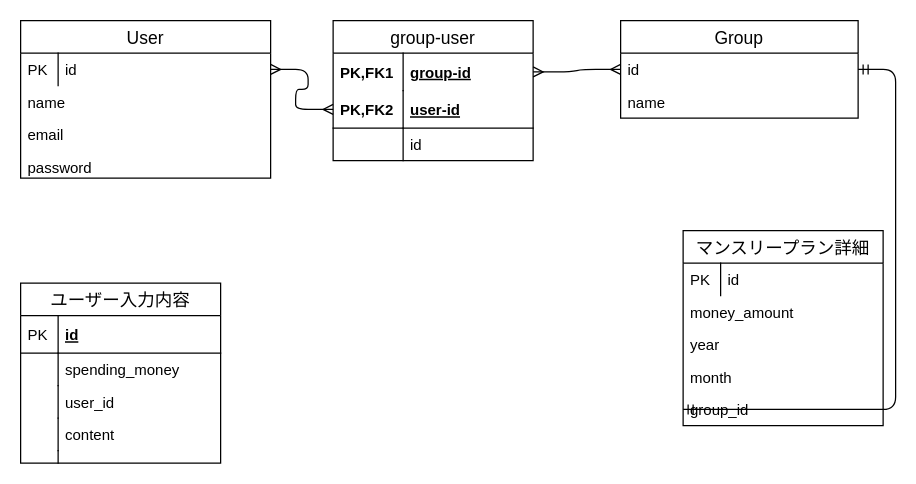
y-ohara8814/money_counter keeps this draw.io diagram as database.drawio. Above is the earlier version. Source tidied: cells renumbered, new cells numbered last; positions are measured from the earlier drawing's top-left corner, leaving out a move shared by most shapes. Both pictures are drawn from the tidied source at 125%, with x=0, y=0 at pixel (20, 20).
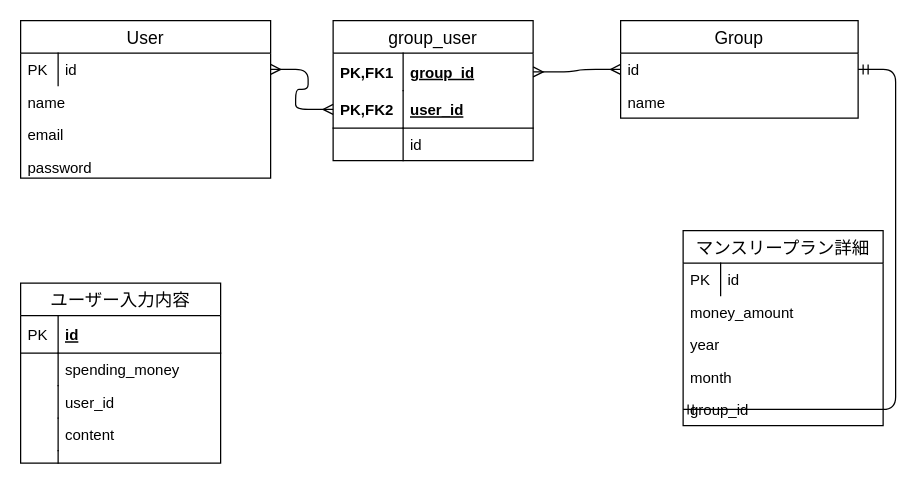
Above is the later version.

Commit message (it also covers changes not shown here):
create group-page(途中）

The edit, as a diff of the source:
```diff
@@
-    <mxCell id="27" value="group-user" style="swimlane;fontStyle=0;horizontal=1;startSize=26;align=center;fontSize=14;" parent="1" vertex="1">
+    <mxCell id="27" value="group_user" style="swimlane;fontStyle=0;horizontal=1;startSize=26;align=center;fontSize=14;" parent="1" vertex="1">
       <mxGeometry x="250" width="160" height="112" as="geometry" />
     </mxCell>
-    <mxCell id="28" value="group-id" style="shape=partialRectangle;top=0;left=0;right=0;bottom=0;align=left;verticalAlign=middle;fillColor=none;spacingLeft=60;spacingRight=4;overflow=hidden;points=[[0,0.5],[1,0.5]];portConstraint=eastwest;fontStyle=5;fontSize=12;" parent="27" vertex="1">
+    <mxCell id="28" value="group_id" style="shape=partialRectangle;top=0;left=0;right=0;bottom=0;align=left;verticalAlign=middle;fillColor=none;spacingLeft=60;spacingRight=4;overflow=hidden;points=[[0,0.5],[1,0.5]];portConstraint=eastwest;fontStyle=5;fontSize=12;" parent="27" vertex="1">
       <mxGeometry y="26" width="160" height="30" as="geometry" />
     </mxCell>
@@
-    <mxCell id="30" value="user-id" style="shape=partialRectangle;top=0;left=0;right=0;bottom=1;align=left;verticalAlign=middle;fillColor=none;spacingLeft=60;spacingRight=4;overflow=hidden;points=[[0,0.5],[1,0.5]];portConstraint=eastwest;fontStyle=5;fontSize=12;" parent="27" vertex="1">
+    <mxCell id="30" value="user_id" style="shape=partialRectangle;top=0;left=0;right=0;bottom=1;align=left;verticalAlign=middle;fillColor=none;spacingLeft=60;spacingRight=4;overflow=hidden;points=[[0,0.5],[1,0.5]];portConstraint=eastwest;fontStyle=5;fontSize=12;" parent="27" vertex="1">
       <mxGeometry y="56" width="160" height="30" as="geometry" />
     </mxCell>
```
